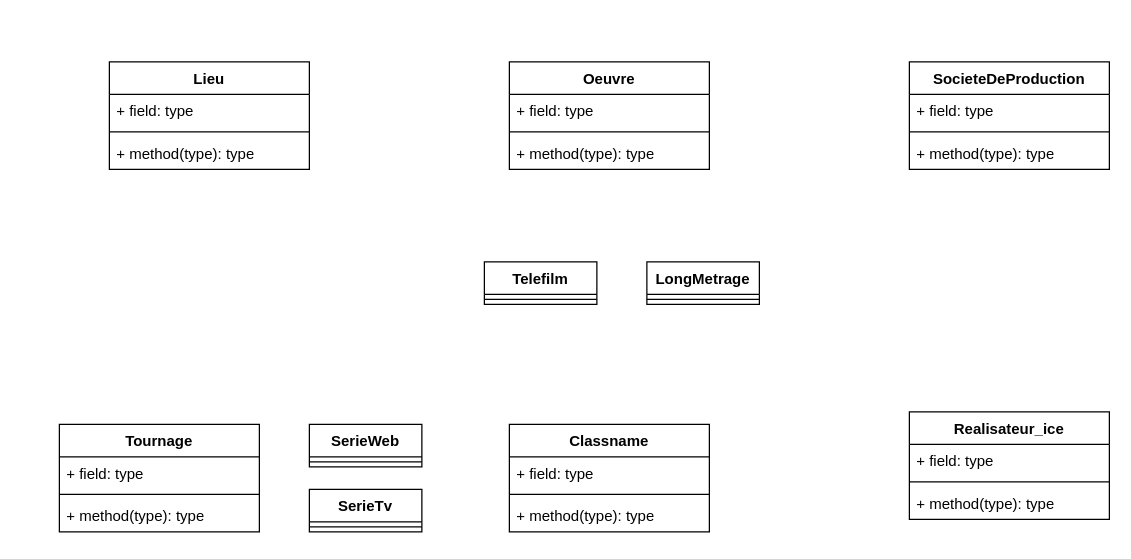
redg34/dossier-27-responsive keeps this draw.io diagram as Diagramme sans nom.drawio. Above is the earlier version. Source tidied: cells renumbered, new cells numbered last; positions are measured from the earlier drawing's top-left corner, leaving out a move shared by most shapes. Both pictures are drawn from the tidied source at 125%, with x=0, y=0 at pixel (59, 61).
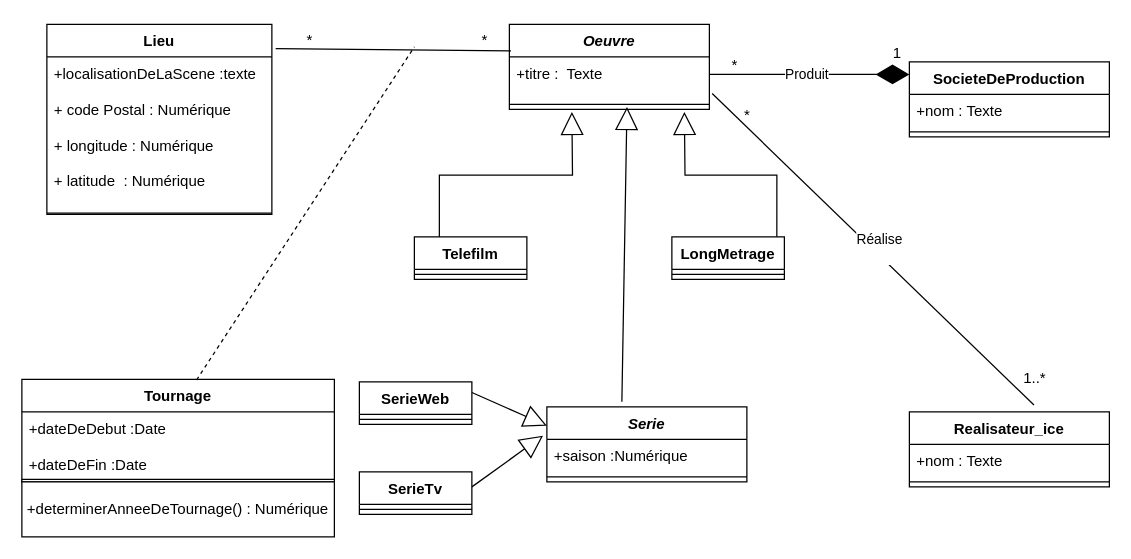
Above is the later version.

Change to the diagram source:
```diff
@@
     <mxCell id="2" value="SocieteDeProduction" style="swimlane;fontStyle=1;align=center;verticalAlign=top;horizontal=1;startSize=26;whiteSpace=wrap;html=1;" parent="1" vertex="1">
-      <mxGeometry x="680" width="160" height="86" as="geometry" />
+      <mxGeometry x="680" width="160" height="60" as="geometry" />
     </mxCell>
-    <mxCell id="3" value="+ field: type" style="text;strokeColor=none;fillColor=none;align=left;verticalAlign=top;spacingLeft=4;spacingRight=4;overflow=hidden;whiteSpace=wrap;html=1;" parent="2" vertex="1">
+    <mxCell id="3" value="+nom : Texte" style="text;strokeColor=none;fillColor=none;align=left;verticalAlign=top;spacingLeft=4;spacingRight=4;overflow=hidden;whiteSpace=wrap;html=1;" parent="2" vertex="1">
       <mxGeometry y="26" width="160" height="26" as="geometry" />
     </mxCell>
@@
-    <mxCell id="5" value="+ method(type): type" style="text;strokeColor=none;fillColor=none;align=left;verticalAlign=top;spacingLeft=4;spacingRight=4;overflow=hidden;whiteSpace=wrap;html=1;" parent="2" vertex="1">
-      <mxGeometry y="60" width="160" height="26" as="geometry" />
-    </mxCell>
-    <mxCell id="6" value="Oeuvre" style="swimlane;fontStyle=1;align=center;verticalAlign=top;horizontal=1;startSize=26;whiteSpace=wrap;html=1;" parent="1" vertex="1">
-      <mxGeometry x="360" width="160" height="86" as="geometry" />
+    <mxCell id="6" value="&lt;i&gt;Oeuvre&lt;/i&gt;" style="swimlane;fontStyle=1;align=center;verticalAlign=top;horizontal=1;startSize=26;whiteSpace=wrap;html=1;" parent="1" vertex="1">
+      <mxGeometry x="360" y="-30" width="160" height="68" as="geometry" />
     </mxCell>
-    <mxCell id="7" value="+ field: type" style="text;strokeColor=none;fillColor=none;align=left;verticalAlign=top;spacingLeft=4;spacingRight=4;overflow=hidden;points=[[0,0.5],[1,0.5]];portConstraint=eastwest;whiteSpace=wrap;html=1;" parent="6" vertex="1">
-      <mxGeometry y="26" width="160" height="26" as="geometry" />
+    <mxCell id="7" value="+titre :&amp;nbsp; Texte" style="text;strokeColor=none;fillColor=none;align=left;verticalAlign=top;spacingLeft=4;spacingRight=4;overflow=hidden;points=[[0,0.5],[1,0.5]];portConstraint=eastwest;whiteSpace=wrap;html=1;" parent="6" vertex="1">
+      <mxGeometry y="26" width="160" height="34" as="geometry" />
     </mxCell>
     <mxCell id="8" style="line;strokeWidth=1;fillColor=none;align=left;verticalAlign=middle;spacingTop=-1;spacingLeft=3;spacingRight=3;labelPosition=right;points=[];portConstraint=eastwest;strokeColor=inherit;" parent="6" vertex="1">
-      <mxGeometry y="52" width="160" height="8" as="geometry" />
+      <mxGeometry y="60" width="160" height="8" as="geometry" />
     </mxCell>
-    <mxCell id="9" value="+ method(type): type" style="text;strokeColor=none;fillColor=none;align=left;verticalAlign=top;spacingLeft=4;spacingRight=4;overflow=hidden;whiteSpace=wrap;html=1;" parent="6" vertex="1">
-      <mxGeometry y="60" width="160" height="26" as="geometry" />
-    </mxCell>
-    <mxCell id="10" value="Classname" style="swimlane;fontStyle=1;align=center;verticalAlign=top;horizontal=1;startSize=26;whiteSpace=wrap;html=1;" parent="1" vertex="1">
-      <mxGeometry x="360" y="290" width="160" height="86" as="geometry" />
+    <mxCell id="10" value="&lt;i&gt;Serie&lt;/i&gt;" style="swimlane;fontStyle=1;align=center;verticalAlign=top;horizontal=1;startSize=26;whiteSpace=wrap;html=1;" parent="1" vertex="1">
+      <mxGeometry x="390" y="276" width="160" height="60" as="geometry" />
     </mxCell>
-    <mxCell id="11" value="+ field: type" style="text;strokeColor=none;fillColor=none;align=left;verticalAlign=top;spacingLeft=4;spacingRight=4;overflow=hidden;points=[[0,0.5],[1,0.5]];portConstraint=eastwest;whiteSpace=wrap;html=1;" parent="10" vertex="1">
+    <mxCell id="11" value="+saison :Numérique" style="text;strokeColor=none;fillColor=none;align=left;verticalAlign=top;spacingLeft=4;spacingRight=4;overflow=hidden;points=[[0,0.5],[1,0.5]];portConstraint=eastwest;whiteSpace=wrap;html=1;" parent="10" vertex="1">
       <mxGeometry y="26" width="160" height="26" as="geometry" />
     </mxCell>
@@
-    <mxCell id="13" value="+ method(type): type" style="text;strokeColor=none;fillColor=none;align=left;verticalAlign=top;spacingLeft=4;spacingRight=4;overflow=hidden;whiteSpace=wrap;html=1;" parent="10" vertex="1">
-      <mxGeometry y="60" width="160" height="26" as="geometry" />
-    </mxCell>
     <mxCell id="14" value="Tournage" style="swimlane;fontStyle=1;align=center;verticalAlign=top;horizontal=1;startSize=26;whiteSpace=wrap;html=1;" parent="1" vertex="1">
-      <mxGeometry y="290" width="160" height="86" as="geometry" />
+      <mxGeometry x="-30" y="254" width="250" height="82" as="geometry" />
     </mxCell>
-    <mxCell id="15" value="+ field: type" style="text;strokeColor=none;fillColor=none;align=left;verticalAlign=top;spacingLeft=4;spacingRight=4;overflow=hidden;whiteSpace=wrap;html=1;" parent="14" vertex="1">
-      <mxGeometry y="26" width="160" height="26" as="geometry" />
+    <mxCell id="15" value="&lt;div&gt;+dateDeDebut :Date&lt;br&gt;&lt;/div&gt;&lt;div&gt;&lt;br&gt;&lt;/div&gt;&lt;div&gt;+dateDeFin :Date&lt;br&gt;&lt;/div&gt;" style="text;strokeColor=none;fillColor=none;align=left;verticalAlign=top;spacingLeft=4;spacingRight=4;overflow=hidden;whiteSpace=wrap;html=1;" parent="14" vertex="1">
+      <mxGeometry y="26" width="250" height="54" as="geometry" />
     </mxCell>
-    <mxCell id="16" style="line;strokeWidth=1;fillColor=none;align=left;verticalAlign=middle;spacingTop=-1;spacingLeft=3;spacingRight=3;labelPosition=right;strokeColor=inherit;" parent="14" vertex="1">
-      <mxGeometry y="52" width="160" height="8" as="geometry" />
-    </mxCell>
-    <mxCell id="17" value="+ method(type): type" style="text;strokeColor=none;fillColor=none;align=left;verticalAlign=top;spacingLeft=4;spacingRight=4;overflow=hidden;whiteSpace=wrap;html=1;" parent="14" vertex="1">
-      <mxGeometry y="60" width="160" height="26" as="geometry" />
-    </mxCell>
+    <mxCell id="34" style="whiteSpace=wrap;html=1;" parent="14" vertex="1">
+      <mxGeometry y="80" width="250" height="2" as="geometry" />
+    </mxCell>
     <mxCell id="18" value="SerieTv" style="swimlane;fontStyle=1;align=center;verticalAlign=top;horizontal=1;startSize=26;whiteSpace=wrap;html=1;" parent="1" vertex="1">
-      <mxGeometry x="200" y="342" width="90" height="34" as="geometry" />
+      <mxGeometry x="240" y="328" width="90" height="34" as="geometry" />
     </mxCell>
@@
     <mxCell id="20" value="Realisateur_ice" style="swimlane;fontStyle=1;align=center;verticalAlign=top;horizontal=1;startSize=26;whiteSpace=wrap;html=1;" parent="1" vertex="1">
-      <mxGeometry x="680" y="280" width="160" height="86" as="geometry" />
+      <mxGeometry x="680" y="280" width="160" height="60" as="geometry" />
     </mxCell>
-    <mxCell id="21" value="+ field: type" style="text;strokeColor=none;fillColor=none;align=left;verticalAlign=top;spacingLeft=4;spacingRight=4;overflow=hidden;whiteSpace=wrap;html=1;" parent="20" vertex="1">
+    <mxCell id="21" value="+nom : Texte" style="text;strokeColor=none;fillColor=none;align=left;verticalAlign=top;spacingLeft=4;spacingRight=4;overflow=hidden;whiteSpace=wrap;html=1;" parent="20" vertex="1">
       <mxGeometry y="26" width="160" height="26" as="geometry" />
     </mxCell>
@@
-    <mxCell id="23" value="+ method(type): type" style="text;strokeColor=none;fillColor=none;align=left;verticalAlign=top;spacingLeft=4;spacingRight=4;overflow=hidden;whiteSpace=wrap;html=1;" parent="20" vertex="1">
-      <mxGeometry y="60" width="160" height="26" as="geometry" />
-    </mxCell>
     <mxCell id="24" value="Lieu" style="swimlane;fontStyle=1;align=center;verticalAlign=top;horizontal=1;startSize=26;whiteSpace=wrap;html=1;" parent="1" vertex="1">
-      <mxGeometry x="40" width="160" height="86" as="geometry" />
+      <mxGeometry x="-10" y="-30" width="180" height="152" as="geometry" />
     </mxCell>
-    <mxCell id="25" value="+ field: type" style="text;strokeColor=none;fillColor=none;align=left;verticalAlign=top;spacingLeft=4;spacingRight=4;overflow=hidden;whiteSpace=wrap;html=1;" parent="24" vertex="1">
-      <mxGeometry y="26" width="160" height="26" as="geometry" />
+    <mxCell id="25" value="&lt;div&gt;+localisationDeLaScene :texte&lt;/div&gt;&lt;div&gt;&lt;br&gt;&lt;/div&gt;&lt;div&gt;+ code Postal : Numérique&lt;/div&gt;&lt;div&gt;&lt;br&gt;&lt;/div&gt;&lt;div&gt;+ longitude : Numérique&lt;/div&gt;&lt;div&gt;&lt;br&gt;&lt;/div&gt;&lt;div&gt;+ latitude&amp;nbsp; : Numérique&lt;br&gt;&lt;/div&gt;&lt;div&gt;&lt;br&gt;&lt;/div&gt;&lt;div&gt;&lt;br&gt;&lt;/div&gt;&lt;div&gt;&lt;br&gt;&lt;/div&gt;&lt;div&gt;&lt;br&gt;&lt;/div&gt;" style="text;strokeColor=none;fillColor=none;align=left;verticalAlign=top;spacingLeft=4;spacingRight=4;overflow=hidden;whiteSpace=wrap;html=1;" parent="24" vertex="1">
+      <mxGeometry y="26" width="180" height="124" as="geometry" />
     </mxCell>
     <mxCell id="26" style="line;strokeWidth=1;fillColor=none;align=left;verticalAlign=middle;spacingTop=-1;spacingLeft=3;spacingRight=3;labelPosition=right;strokeColor=inherit;" parent="24" vertex="1">
-      <mxGeometry y="52" width="160" height="8" as="geometry" />
+      <mxGeometry y="150" width="180" height="2" as="geometry" />
     </mxCell>
-    <mxCell id="27" value="+ method(type): type" style="text;strokeColor=none;fillColor=none;align=left;verticalAlign=top;spacingLeft=4;spacingRight=4;overflow=hidden;whiteSpace=wrap;html=1;" parent="24" vertex="1">
-      <mxGeometry y="60" width="160" height="26" as="geometry" />
-    </mxCell>
     <mxCell id="28" value="SerieWeb" style="swimlane;fontStyle=1;align=center;verticalAlign=top;horizontal=1;startSize=26;whiteSpace=wrap;html=1;" parent="1" vertex="1">
-      <mxGeometry x="200" y="290" width="90" height="34" as="geometry" />
+      <mxGeometry x="240" y="256" width="90" height="34" as="geometry" />
     </mxCell>
@@
     <mxCell id="30" value="Telefilm" style="swimlane;fontStyle=1;align=center;verticalAlign=top;horizontal=1;startSize=26;whiteSpace=wrap;html=1;" parent="1" vertex="1">
-      <mxGeometry x="340" y="160" width="90" height="34" as="geometry" />
+      <mxGeometry x="284" y="140" width="90" height="34" as="geometry" />
     </mxCell>
@@
     <mxCell id="32" value="LongMetrage" style="swimlane;fontStyle=1;align=center;verticalAlign=top;horizontal=1;startSize=26;whiteSpace=wrap;html=1;" parent="1" vertex="1">
-      <mxGeometry x="470" y="160" width="90" height="34" as="geometry" />
+      <mxGeometry x="490" y="140" width="90" height="34" as="geometry" />
     </mxCell>
@@
+    <mxCell id="35" style="endArrow=block;endSize=16;endFill=0;html=1;rounded=0;exitX=0.222;exitY=0;exitDx=0;exitDy=0;exitPerimeter=0;edgeStyle=orthogonalEdgeStyle;" parent="1" edge="1" source="30">
+      <mxGeometry relative="1" as="geometry">
+        <mxPoint x="410" y="40" as="targetPoint" />
+      </mxGeometry>
+    </mxCell>
+    <mxCell id="36" style="endArrow=block;endSize=16;endFill=0;html=1;rounded=0;exitX=0.933;exitY=0;exitDx=0;exitDy=0;edgeStyle=orthogonalEdgeStyle;exitPerimeter=0;" parent="1" edge="1" source="32">
+      <mxGeometry relative="1" as="geometry">
+        <mxPoint x="500" y="40" as="targetPoint" />
+      </mxGeometry>
+    </mxCell>
+    <mxCell id="37" style="endArrow=block;endSize=16;endFill=0;html=1;rounded=0;entryX=0.588;entryY=0.75;entryDx=0;entryDy=0;entryPerimeter=0;exitX=0.375;exitY=-0.067;exitDx=0;exitDy=0;exitPerimeter=0;" parent="1" edge="1" source="10" target="8">
+      <mxGeometry relative="1" as="geometry" />
+    </mxCell>
+    <mxCell id="38" style="endArrow=block;endSize=16;endFill=0;html=1;rounded=0;exitX=1;exitY=0.25;exitDx=0;exitDy=0;entryX=0;entryY=0.25;entryDx=0;entryDy=0;" parent="1" edge="1" source="28" target="10">
+      <mxGeometry relative="1" as="geometry" />
+    </mxCell>
+    <mxCell id="39" value="+determinerAnneeDeTournage() : Numérique" style="whiteSpace=wrap;html=1;" parent="1" vertex="1">
+      <mxGeometry x="-30" y="336" width="250" height="44" as="geometry" />
+    </mxCell>
+    <mxCell id="40" style="endArrow=block;endSize=16;endFill=0;html=1;rounded=0;entryX=-0.019;entryY=-0.115;entryDx=0;entryDy=0;entryPerimeter=0;" parent="1" edge="1" target="11">
+      <mxGeometry relative="1" as="geometry">
+        <mxPoint x="330" y="340" as="sourcePoint" />
+      </mxGeometry>
+    </mxCell>
+    <mxCell id="41" style="endArrow=diamondThin;endFill=1;endSize=24;html=1;rounded=0;" parent="1" edge="1">
+      <mxGeometry relative="1" as="geometry">
+        <mxPoint x="520" y="10" as="sourcePoint" />
+        <mxPoint x="680" y="10" as="targetPoint" />
+      </mxGeometry>
+    </mxCell>
+    <mxCell id="42" value="Produit" style="edgeLabel;html=1;align=center;verticalAlign=middle;" parent="41" vertex="1">
+      <mxGeometry x="-0.04" y="1" relative="1" as="geometry" />
+    </mxCell>
+    <mxCell id="43" value="*" style="text;html=1;align=center;verticalAlign=middle;strokeColor=none;fillColor=none;" parent="1" vertex="1">
+      <mxGeometry x="525" y="-12" width="30" height="30" as="geometry" />
+    </mxCell>
+    <mxCell id="44" style="endArrow=none;html=1;rounded=0;entryX=1.017;entryY=0.128;entryDx=0;entryDy=0;entryPerimeter=0;exitX=0.008;exitY=-0.142;exitDx=0;exitDy=0;exitPerimeter=0;" parent="1" edge="1" source="7" target="24">
+      <mxGeometry relative="1" as="geometry" />
+    </mxCell>
+    <mxCell id="45" value="*" style="text;html=1;align=center;verticalAlign=middle;strokeColor=none;fillColor=none;" parent="1" vertex="1">
+      <mxGeometry x="185" y="-32" width="30" height="30" as="geometry" />
+    </mxCell>
+    <mxCell id="46" value="*" style="text;html=1;align=center;verticalAlign=middle;strokeColor=none;fillColor=none;" parent="1" vertex="1">
+      <mxGeometry x="325" y="-32" width="30" height="30" as="geometry" />
+    </mxCell>
+    <mxCell id="47" style="endArrow=none;html=1;rounded=0;entryX=1.014;entryY=0.863;entryDx=0;entryDy=0;entryPerimeter=0;exitX=0.623;exitY=-0.092;exitDx=0;exitDy=0;exitPerimeter=0;" parent="1" edge="1" source="20" target="7">
+      <mxGeometry relative="1" as="geometry" />
+    </mxCell>
+    <mxCell id="48" value="&lt;div&gt;Réalise&lt;/div&gt;&lt;div&gt;&lt;br&gt;&lt;/div&gt;" style="edgeLabel;html=1;align=center;verticalAlign=middle;" parent="47" vertex="1">
+      <mxGeometry x="-0.02" y="-3" relative="1" as="geometry">
+        <mxPoint y="-1" as="offset" />
+      </mxGeometry>
+    </mxCell>
+    <mxCell id="49" value="*" style="text;html=1;align=center;verticalAlign=middle;strokeColor=none;fillColor=none;" parent="1" vertex="1">
+      <mxGeometry x="535" y="28" width="30" height="30" as="geometry" />
+    </mxCell>
+    <mxCell id="50" value="1..*" style="text;html=1;align=center;verticalAlign=middle;strokeColor=none;fillColor=none;" parent="1" vertex="1">
+      <mxGeometry x="760" y="238" width="40" height="30" as="geometry" />
+    </mxCell>
+    <mxCell id="51" value="1" style="text;html=1;align=center;verticalAlign=middle;strokeColor=none;fillColor=none;" parent="1" vertex="1">
+      <mxGeometry x="655" y="-22" width="30" height="30" as="geometry" />
+    </mxCell>
+    <mxCell id="52" style="endArrow=none;dashed=1;html=1;rounded=0;exitX=0.559;exitY=0.006;exitDx=0;exitDy=0;exitPerimeter=0;" parent="1" edge="1" source="14">
+      <mxGeometry relative="1" as="geometry">
+        <mxPoint x="284" y="-12" as="targetPoint" />
+      </mxGeometry>
+    </mxCell>
```
